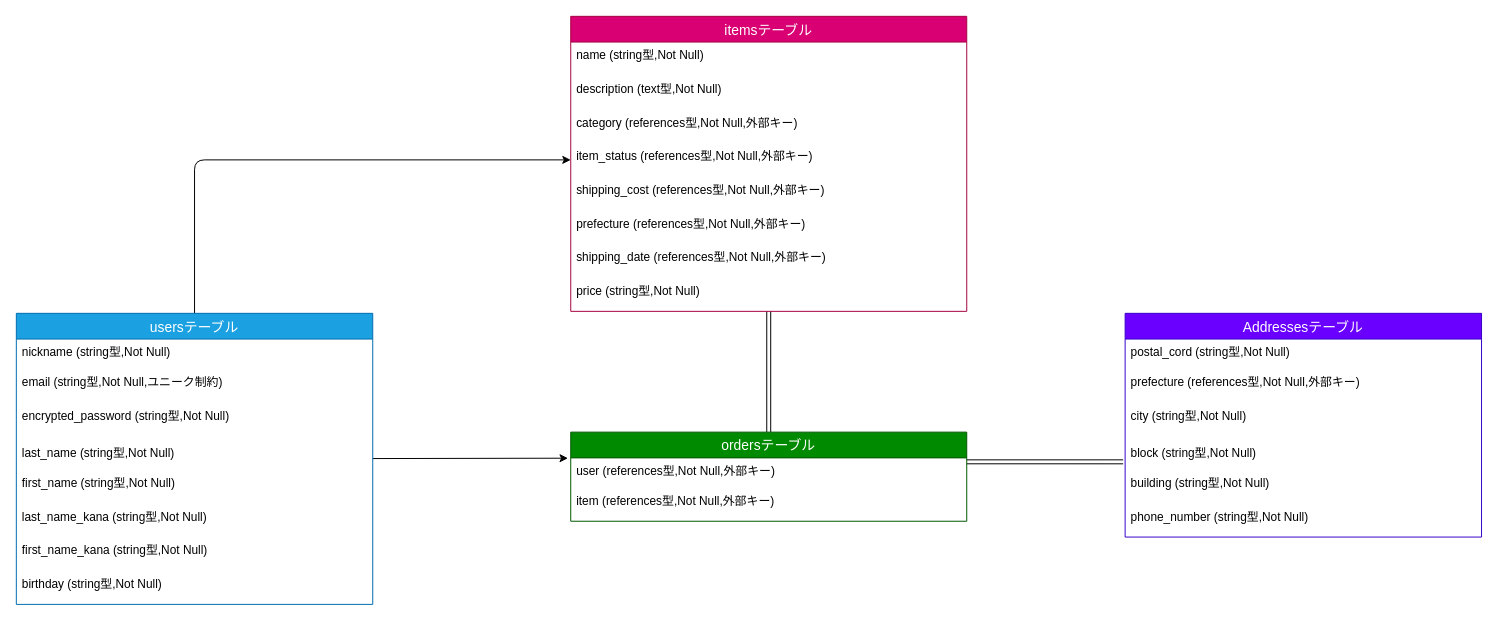
This is test.dio from drgnbebel/furima-38788, a draw.io file, before an edit. Source tidied: cells renumbered, new cells numbered last; positions are measured from the earlier drawing's top-left corner, leaving out a move shared by most shapes. Both pictures are drawn from the tidied source at 99%, with x=0, y=0 at pixel (16, 16).
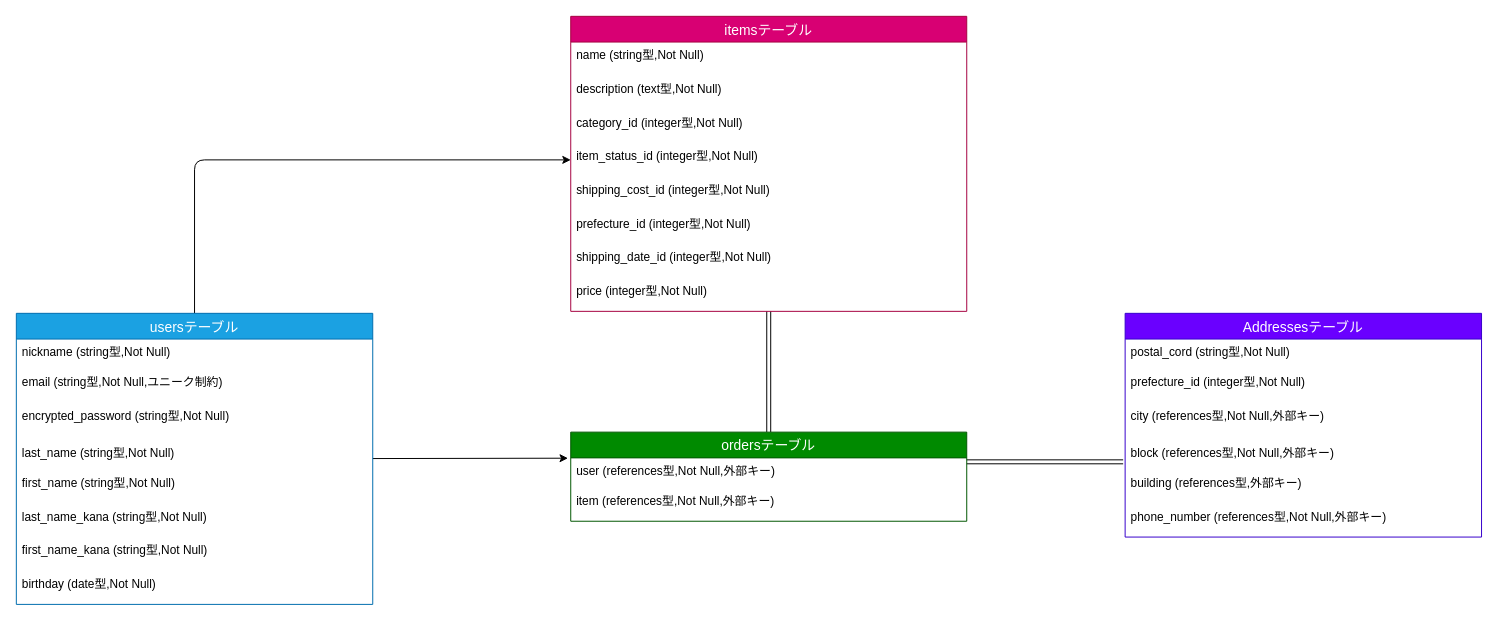
After the change.

The change refers to these unchanged cells:
```xml
<mxCell id="4" value="usersテーブル" style="swimlane;fontStyle=0;horizontal=1;startSize=26;align=center;fontSize=14;rounded=0;shadow=0;sketch=0;glass=0;fillColor=#1ba1e2;strokeColor=#006EAF;fontColor=#ffffff;" parent="1" vertex="1">
  <mxGeometry y="300" width="360" height="294" as="geometry" />
</mxCell>
<mxCell id="15" value="itemsテーブル" style="swimlane;fontStyle=0;horizontal=1;startSize=26;align=center;fontSize=14;rounded=0;shadow=0;sketch=0;glass=0;fillColor=#d80073;strokeColor=#A50040;labelBackgroundColor=none;labelBorderColor=none;fontColor=#ffffff;gradientColor=none;" parent="1" vertex="1">
  <mxGeometry x="560" width="400" height="298" as="geometry" />
</mxCell>
<mxCell id="25" value="Addressesテーブル" style="swimlane;fontStyle=0;horizontal=1;startSize=26;align=center;fontSize=14;rounded=0;shadow=0;sketch=0;glass=0;fillColor=#6a00ff;strokeColor=#3700CC;fontColor=#ffffff;" parent="1" vertex="1">
  <mxGeometry x="1120" y="300" width="360" height="226" as="geometry" />
</mxCell>
```

What changed in the source:
```diff
@@
-    <mxCell id="12" value="birthday (string型,Not Null)" style="text;strokeColor=none;fillColor=none;spacingLeft=4;spacingRight=4;overflow=hidden;fontSize=12;fontColor=#000000;" parent="4" vertex="1">
+    <mxCell id="12" value="birthday (date型,Not Null)" style="text;strokeColor=none;fillColor=none;spacingLeft=4;spacingRight=4;overflow=hidden;fontSize=12;fontColor=#000000;" parent="4" vertex="1">
       <mxGeometry y="260" width="360" height="34" as="geometry" />
     </mxCell>
@@
-    <mxCell id="18" value="category (references型,Not Null,外部キー)" style="text;strokeColor=none;fillColor=none;spacingLeft=4;spacingRight=4;overflow=hidden;fontSize=12;fontColor=#000000;" parent="15" vertex="1">
+    <mxCell id="18" value="category_id (integer型,Not Null)" style="text;strokeColor=none;fillColor=none;spacingLeft=4;spacingRight=4;overflow=hidden;fontSize=12;fontColor=#000000;" parent="15" vertex="1">
       <mxGeometry y="94" width="400" height="34" as="geometry" />
     </mxCell>
-    <mxCell id="19" value="item_status (references型,Not Null,外部キー)" style="text;strokeColor=none;fillColor=none;spacingLeft=4;spacingRight=4;overflow=hidden;points=[[0,0.5],[1,0.5]];portConstraint=eastwest;fontSize=12;fontColor=#000000;" parent="15" vertex="1">
+    <mxCell id="19" value="item_status_id (integer型,Not Null)" style="text;strokeColor=none;fillColor=none;spacingLeft=4;spacingRight=4;overflow=hidden;points=[[0,0.5],[1,0.5]];portConstraint=eastwest;fontSize=12;fontColor=#000000;" parent="15" vertex="1">
       <mxGeometry y="128" width="400" height="34" as="geometry" />
     </mxCell>
-    <mxCell id="20" value="shipping_cost (references型,Not Null,外部キー)" style="text;strokeColor=none;fillColor=none;spacingLeft=4;spacingRight=4;overflow=hidden;fontSize=12;fontColor=#000000;" parent="15" vertex="1">
+    <mxCell id="20" value="shipping_cost_id (integer型,Not Null)" style="text;strokeColor=none;fillColor=none;spacingLeft=4;spacingRight=4;overflow=hidden;fontSize=12;fontColor=#000000;" parent="15" vertex="1">
       <mxGeometry y="162" width="400" height="34" as="geometry" />
     </mxCell>
-    <mxCell id="21" value="prefecture (references型,Not Null,外部キー)" style="text;strokeColor=none;fillColor=none;spacingLeft=4;spacingRight=4;overflow=hidden;fontSize=12;fontColor=#000000;" parent="15" vertex="1">
+    <mxCell id="21" value="prefecture_id (integer型,Not Null)" style="text;strokeColor=none;fillColor=none;spacingLeft=4;spacingRight=4;overflow=hidden;fontSize=12;fontColor=#000000;" parent="15" vertex="1">
       <mxGeometry y="196" width="400" height="34" as="geometry" />
     </mxCell>
-    <mxCell id="22" value="shipping_date (references型,Not Null,外部キー)" style="text;strokeColor=none;fillColor=none;spacingLeft=4;spacingRight=4;overflow=hidden;fontSize=12;fontColor=#000000;" parent="15" vertex="1">
+    <mxCell id="22" value="shipping_date_id (integer型,Not Null)" style="text;strokeColor=none;fillColor=none;spacingLeft=4;spacingRight=4;overflow=hidden;fontSize=12;fontColor=#000000;" parent="15" vertex="1">
       <mxGeometry y="230" width="400" height="34" as="geometry" />
     </mxCell>
-    <mxCell id="23" value="price (string型,Not Null)" style="text;strokeColor=none;fillColor=none;spacingLeft=4;spacingRight=4;overflow=hidden;fontSize=12;fontColor=#000000;" parent="15" vertex="1">
+    <mxCell id="23" value="price (integer型,Not Null)" style="text;strokeColor=none;fillColor=none;spacingLeft=4;spacingRight=4;overflow=hidden;fontSize=12;fontColor=#000000;" parent="15" vertex="1">
       <mxGeometry y="264" width="400" height="34" as="geometry" />
     </mxCell>
@@
-    <mxCell id="27" value="prefecture (references型,Not Null,外部キー)" style="text;strokeColor=none;fillColor=none;spacingLeft=4;spacingRight=4;overflow=hidden;fontSize=12;fontColor=#000000;" parent="25" vertex="1">
+    <mxCell id="27" value="prefecture_id (integer型,Not Null)" style="text;strokeColor=none;fillColor=none;spacingLeft=4;spacingRight=4;overflow=hidden;fontSize=12;fontColor=#000000;" parent="25" vertex="1">
       <mxGeometry y="56" width="360" height="34" as="geometry" />
     </mxCell>
-    <mxCell id="28" value="city (string型,Not Null)" style="text;strokeColor=none;fillColor=none;spacingLeft=4;spacingRight=4;overflow=hidden;fontSize=12;fontColor=#000000;" parent="25" vertex="1">
+    <mxCell id="28" value="city (references型,Not Null,外部キー)" style="text;strokeColor=none;fillColor=none;spacingLeft=4;spacingRight=4;overflow=hidden;fontSize=12;fontColor=#000000;" parent="25" vertex="1">
       <mxGeometry y="90" width="360" height="34" as="geometry" />
     </mxCell>
-    <mxCell id="29" value="block (string型,Not Null)" style="text;strokeColor=none;fillColor=none;spacingLeft=4;spacingRight=4;overflow=hidden;fontSize=12;labelPosition=center;verticalLabelPosition=middle;align=left;verticalAlign=middle;fontColor=#000000;" parent="25" vertex="1">
+    <mxCell id="29" value="block (references型,Not Null,外部キー)" style="text;strokeColor=none;fillColor=none;spacingLeft=4;spacingRight=4;overflow=hidden;fontSize=12;labelPosition=center;verticalLabelPosition=middle;align=left;verticalAlign=middle;fontColor=#000000;" parent="25" vertex="1">
       <mxGeometry y="124" width="360" height="34" as="geometry" />
     </mxCell>
-    <mxCell id="30" value="building (string型,Not Null)" style="text;strokeColor=none;fillColor=none;spacingLeft=4;spacingRight=4;overflow=hidden;fontSize=12;fontColor=#000000;" parent="25" vertex="1">
+    <mxCell id="30" value="building (references型,外部キー)" style="text;strokeColor=none;fillColor=none;spacingLeft=4;spacingRight=4;overflow=hidden;fontSize=12;fontColor=#000000;" parent="25" vertex="1">
       <mxGeometry y="158" width="360" height="34" as="geometry" />
     </mxCell>
-    <mxCell id="31" value="phone_number (string型,Not Null)" style="text;strokeColor=none;fillColor=none;spacingLeft=4;spacingRight=4;overflow=hidden;fontSize=12;fontColor=#000000;" parent="25" vertex="1">
+    <mxCell id="31" value="phone_number (references型,Not Null,外部キー)&#10; " style="text;strokeColor=none;fillColor=none;spacingLeft=4;spacingRight=4;overflow=hidden;fontSize=12;fontColor=#000000;" parent="25" vertex="1">
       <mxGeometry y="192" width="360" height="34" as="geometry" />
     </mxCell>
```
